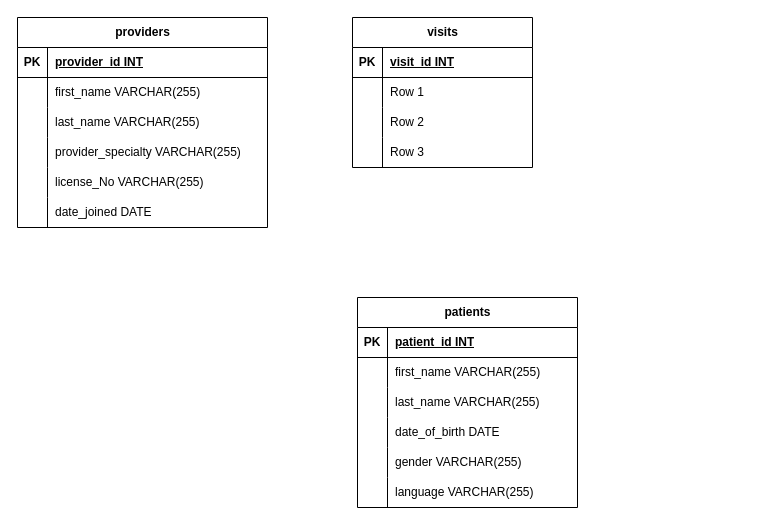
Above: telemedicine.drawio in Kasmelopel91/Tindog (draw.io), before the change. Source tidied: cells renumbered, new cells numbered last; positions are measured from the earlier drawing's top-left corner, leaving out a move shared by most shapes. Both pictures are drawn from the tidied source at 100%, with x=0, y=0 at pixel (17, 17).
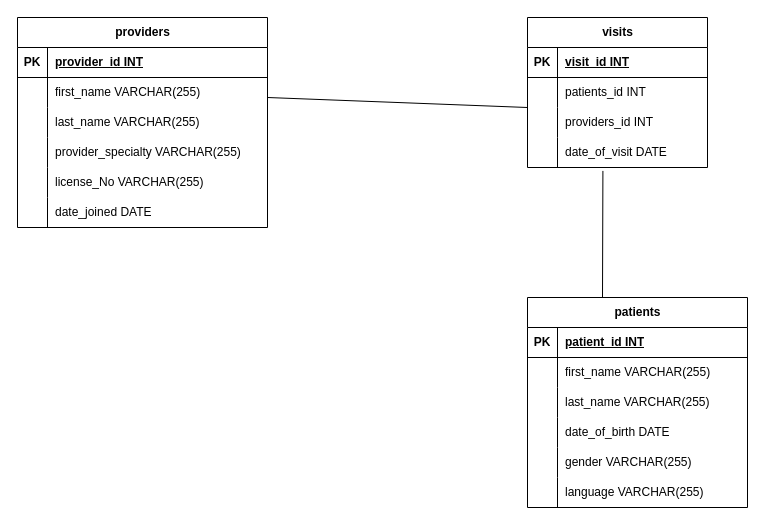
The same diagram, later.

Unchanged cells that the change refers to:
```xml
<mxCell id="44" style="shape=tableRow;horizontal=0;startSize=0;swimlaneHead=0;swimlaneBody=0;fillColor=none;top=0;left=0;right=0;bottom=0;" parent="40" vertex="1">
  <mxGeometry y="60" width="180" height="30" as="geometry" />
</mxCell>
<mxCell id="47" style="shape=tableRow;horizontal=0;startSize=0;swimlaneHead=0;swimlaneBody=0;fillColor=none;top=0;left=0;right=0;bottom=0;" parent="40" vertex="1">
  <mxGeometry y="90" width="180" height="30" as="geometry" />
</mxCell>
<mxCell id="50" style="shape=tableRow;horizontal=0;startSize=0;swimlaneHead=0;swimlaneBody=0;fillColor=none;points=[[0,0.5],[1,0.5]];portConstraint=eastwest;top=0;left=0;right=0;bottom=0;" parent="40" vertex="1">
  <mxGeometry y="120" width="180" height="30" as="geometry" />
</mxCell>
```

The edit, as a diff of the source:
```diff
@@
     <mxCell id="2" value="patients" style="shape=table;startSize=30;childLayout=tableLayout;rowLines=0;fontStyle=1;align=center;html=1;" parent="1" vertex="1">
-      <mxGeometry x="340" y="280" width="220" height="210" as="geometry" />
+      <mxGeometry x="510" y="280" width="220" height="210" as="geometry" />
     </mxCell>
@@
     <mxCell id="40" value="visits" style="shape=table;startSize=30;childLayout=tableLayout;rowLines=0;fontStyle=1;align=center;html=1;" parent="1" vertex="1">
-      <mxGeometry x="335" width="180" height="150" as="geometry" />
+      <mxGeometry x="510" width="180" height="150" as="geometry" />
     </mxCell>
@@
-    <mxCell id="46" value="Row 1" style="shape=partialRectangle;fillColor=none;top=0;left=0;bottom=0;right=0;align=left;spacingLeft=6;overflow=hidden;whiteSpace=wrap;html=1;" parent="44" vertex="1">
+    <mxCell id="46" value="patients_id INT" style="shape=partialRectangle;fillColor=none;top=0;left=0;bottom=0;right=0;align=left;spacingLeft=6;overflow=hidden;whiteSpace=wrap;html=1;" parent="44" vertex="1">
       <mxGeometry x="30" width="150" height="30" as="geometry" />
     </mxCell>
@@
-    <mxCell id="49" value="Row 2" style="shape=partialRectangle;fillColor=none;top=0;left=0;bottom=0;right=0;align=left;spacingLeft=6;overflow=hidden;whiteSpace=wrap;html=1;" parent="47" vertex="1">
+    <mxCell id="49" value="providers_id INT" style="shape=partialRectangle;fillColor=none;top=0;left=0;bottom=0;right=0;align=left;spacingLeft=6;overflow=hidden;whiteSpace=wrap;html=1;" parent="47" vertex="1">
       <mxGeometry x="30" width="150" height="30" as="geometry" />
     </mxCell>
@@
-    <mxCell id="52" value="Row 3" style="shape=partialRectangle;fillColor=none;top=0;left=0;bottom=0;right=0;align=left;spacingLeft=6;overflow=hidden;whiteSpace=wrap;html=1;" parent="50" vertex="1">
+    <mxCell id="52" value="date_of_visit DATE" style="shape=partialRectangle;fillColor=none;top=0;left=0;bottom=0;right=0;align=left;spacingLeft=6;overflow=hidden;whiteSpace=wrap;html=1;" parent="50" vertex="1">
       <mxGeometry x="30" width="150" height="30" as="geometry" />
     </mxCell>
+    <mxCell id="53" style="endArrow=none;html=1;rounded=0;" parent="1" edge="1">
+      <mxGeometry relative="1" as="geometry">
+        <mxPoint x="250" y="80" as="sourcePoint" />
+        <mxPoint x="510" y="90" as="targetPoint" />
+      </mxGeometry>
+    </mxCell>
+    <mxCell id="54" style="endArrow=none;html=1;rounded=0;entryX=0.419;entryY=1.114;entryDx=0;entryDy=0;entryPerimeter=0;" parent="1" edge="1" target="50">
+      <mxGeometry relative="1" as="geometry">
+        <mxPoint x="585" y="280" as="sourcePoint" />
+      </mxGeometry>
+    </mxCell>
```
